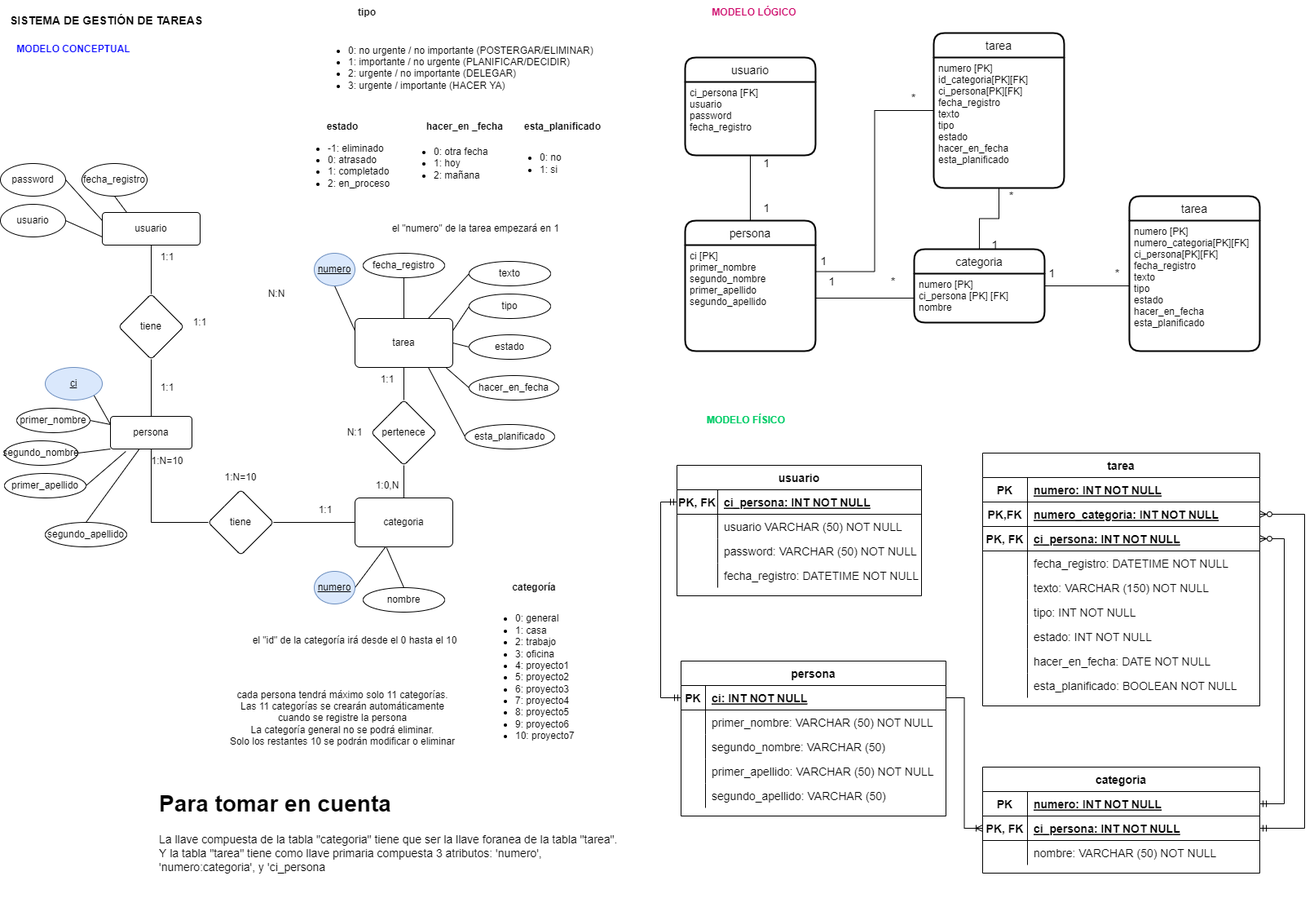
Before: modelo_logico_y_fisico.png, a diagram exported from draw.io (German-G-M/gestion_de_tareas). Source tidied: cells renumbered, new cells last; positions are measured from the earlier drawing's top-left corner, leaving out a move shared by most shapes.
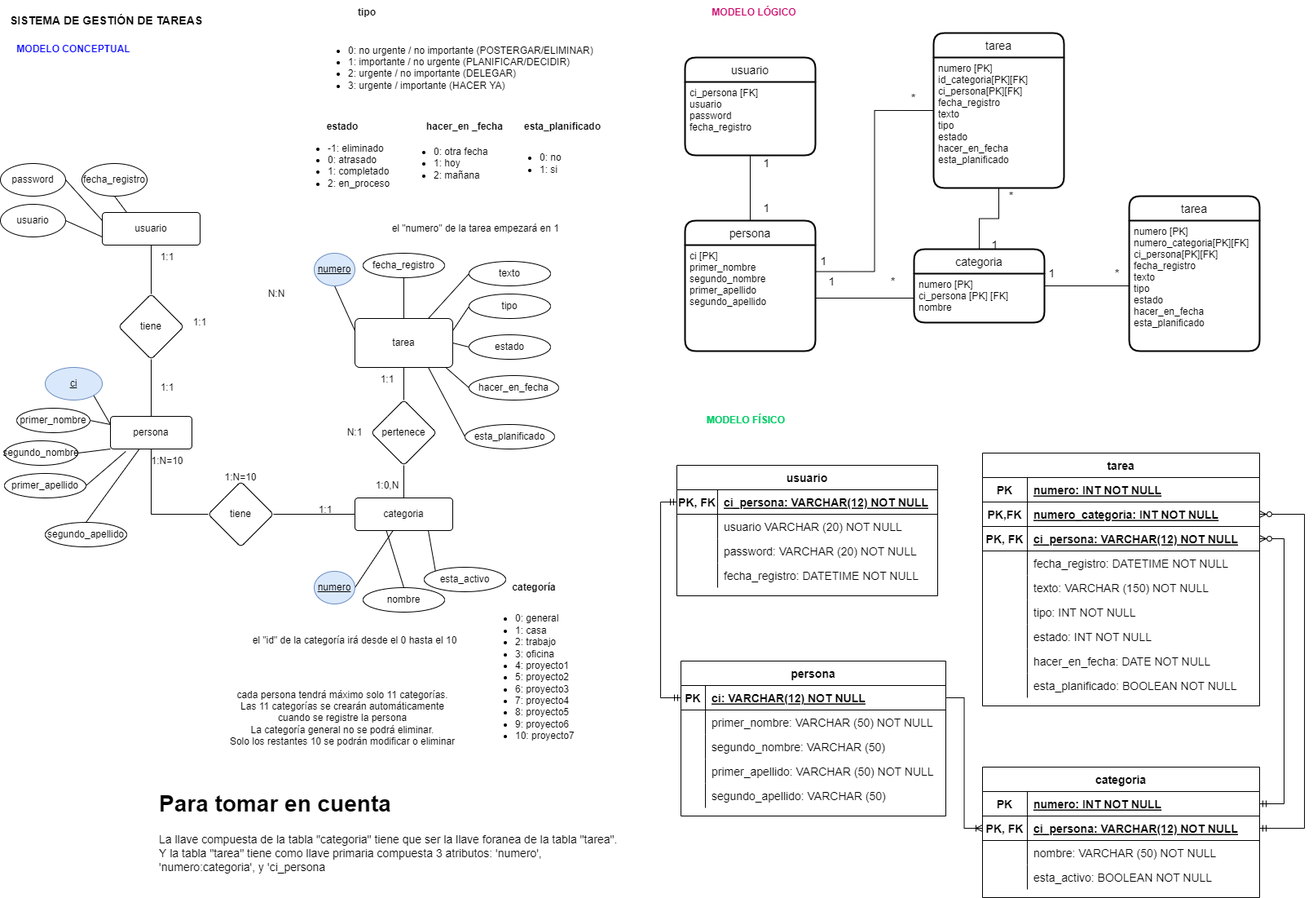
Later version of the same file.

What changed in the source:
```diff
@@ -18,7 +18,7 @@
       <mxGeometry relative="1" as="geometry" />
     </mxCell>
     <mxCell id="7" value="tiene" style="rhombus;whiteSpace=wrap;html=1;rounded=1;arcSize=10;" parent="1" vertex="1">
-      <mxGeometry x="255" y="600" width="80" height="80" as="geometry" />
+      <mxGeometry x="255" y="590" width="80" height="80" as="geometry" />
     </mxCell>
     <mxCell id="8" style="edgeStyle=orthogonalEdgeStyle;rounded=0;jettySize=auto;html=1;endArrow=none;endFill=0;" parent="1" edge="1" source="9" target="11">
       <mxGeometry relative="1" as="geometry" />
@@ -32,8 +32,11 @@
     <mxCell id="11" value="pertenece" style="rhombus;whiteSpace=wrap;html=1;rounded=1;arcSize=10;" parent="1" vertex="1">
       <mxGeometry x="455" y="490" width="80" height="80" as="geometry" />
     </mxCell>
+    <mxCell id="173" style="rounded=0;jettySize=auto;html=1;exitX=0.75;exitY=1;exitDx=0;exitDy=0;entryX=0;entryY=0;entryDx=0;entryDy=0;fontSize=14;fontColor=#00CC66;endArrow=none;endFill=0;elbow=vertical;" parent="1" edge="1" source="12" target="177">
+      <mxGeometry relative="1" as="geometry" />
+    </mxCell>
     <mxCell id="12" value="categoria" style="whiteSpace=wrap;html=1;rounded=1;arcSize=10;" parent="1" vertex="1">
-      <mxGeometry x="435" y="610" width="120" height="60" as="geometry" />
+      <mxGeometry x="435" y="610" width="120" height="40" as="geometry" />
     </mxCell>
     <mxCell id="13" style="rounded=0;jettySize=auto;html=1;exitX=1;exitY=1;exitDx=0;exitDy=0;entryX=0;entryY=0.25;entryDx=0;entryDy=0;endArrow=none;endFill=0;" parent="1" edge="1" source="14">
       <mxGeometry relative="1" as="geometry">
@@ -316,7 +319,7 @@
     <mxCell id="103" value="PK" style="shape=partialRectangle;fillColor=none;top=0;left=0;bottom=0;right=0;fontStyle=1;overflow=hidden;fontSize=14;" parent="102" vertex="1">
       <mxGeometry width="30" height="30" as="geometry" />
     </mxCell>
-    <mxCell id="104" value="ci: INT NOT NULL" style="shape=partialRectangle;fillColor=none;top=0;left=0;bottom=0;right=0;align=left;spacingLeft=6;fontStyle=5;overflow=hidden;fontSize=14;" parent="102" vertex="1">
+    <mxCell id="104" value="ci: VARCHAR(12) NOT NULL" style="shape=partialRectangle;fillColor=none;top=0;left=0;bottom=0;right=0;align=left;spacingLeft=6;fontStyle=5;overflow=hidden;fontSize=14;" parent="102" vertex="1">
       <mxGeometry x="30" width="295" height="30" as="geometry" />
     </mxCell>
     <mxCell id="105" style="shape=tableRow;horizontal=0;startSize=0;swimlaneHead=0;swimlaneBody=0;fillColor=none;top=0;left=0;right=0;bottom=0;fontSize=14;" parent="101" vertex="1">
@@ -356,43 +359,43 @@
       <mxGeometry x="30" width="295" height="30" as="geometry" />
     </mxCell>
     <mxCell id="117" value="usuario" style="shape=table;startSize=30;rowLines=0;fontStyle=1;align=center;fontSize=14;" parent="1" vertex="1">
-      <mxGeometry x="830" y="570" width="300" height="160" as="geometry" />
+      <mxGeometry x="830" y="570" width="320" height="160" as="geometry" />
     </mxCell>
     <mxCell id="118" style="shape=tableRow;horizontal=0;startSize=0;swimlaneHead=0;swimlaneBody=0;fillColor=none;points=[[0,0.5],[1,0.5]];portConstraint=eastwest;top=0;left=0;right=0;bottom=1;fontSize=14;" parent="117" vertex="1">
-      <mxGeometry y="30" width="300" height="30" as="geometry" />
+      <mxGeometry y="30" width="320" height="30" as="geometry" />
     </mxCell>
     <mxCell id="119" value="PK, FK" style="shape=partialRectangle;fillColor=none;top=0;left=0;bottom=0;right=0;fontStyle=1;overflow=hidden;fontSize=14;" parent="118" vertex="1">
       <mxGeometry width="50" height="30" as="geometry" />
     </mxCell>
-    <mxCell id="120" value="ci_persona: INT NOT NULL" style="shape=partialRectangle;fillColor=none;top=0;left=0;bottom=0;right=0;align=left;spacingLeft=6;fontStyle=5;overflow=hidden;fontSize=14;" parent="118" vertex="1">
-      <mxGeometry x="50" width="250" height="30" as="geometry" />
+    <mxCell id="120" value="ci_persona: VARCHAR(12) NOT NULL" style="shape=partialRectangle;fillColor=none;top=0;left=0;bottom=0;right=0;align=left;spacingLeft=6;fontStyle=5;overflow=hidden;fontSize=14;" parent="118" vertex="1">
+      <mxGeometry x="50" width="270" height="30" as="geometry" />
     </mxCell>
     <mxCell id="121" style="shape=tableRow;horizontal=0;startSize=0;swimlaneHead=0;swimlaneBody=0;fillColor=none;top=0;left=0;right=0;bottom=0;fontSize=14;" parent="117" vertex="1">
-      <mxGeometry y="60" width="300" height="30" as="geometry" />
+      <mxGeometry y="60" width="320" height="30" as="geometry" />
     </mxCell>
     <mxCell id="122" style="shape=partialRectangle;fillColor=none;top=0;left=0;bottom=0;right=0;overflow=hidden;fontSize=14;" parent="121" vertex="1">
       <mxGeometry width="50" height="30" as="geometry" />
     </mxCell>
-    <mxCell id="123" value="usuario VARCHAR (50) NOT NULL" style="shape=partialRectangle;fillColor=none;top=0;left=0;bottom=0;right=0;align=left;spacingLeft=6;overflow=hidden;fontSize=14;" parent="121" vertex="1">
-      <mxGeometry x="50" width="250" height="30" as="geometry" />
+    <mxCell id="123" value="usuario VARCHAR (20) NOT NULL" style="shape=partialRectangle;fillColor=none;top=0;left=0;bottom=0;right=0;align=left;spacingLeft=6;overflow=hidden;fontSize=14;" parent="121" vertex="1">
+      <mxGeometry x="50" width="270" height="30" as="geometry" />
     </mxCell>
     <mxCell id="124" style="shape=tableRow;horizontal=0;startSize=0;swimlaneHead=0;swimlaneBody=0;fillColor=none;top=0;left=0;right=0;bottom=0;fontSize=14;" parent="117" vertex="1">
-      <mxGeometry y="90" width="300" height="30" as="geometry" />
+      <mxGeometry y="90" width="320" height="30" as="geometry" />
     </mxCell>
     <mxCell id="125" style="shape=partialRectangle;fillColor=none;top=0;left=0;bottom=0;right=0;overflow=hidden;fontSize=14;" parent="124" vertex="1">
       <mxGeometry width="50" height="30" as="geometry" />
     </mxCell>
-    <mxCell id="126" value="password: VARCHAR (50) NOT NULL" style="shape=partialRectangle;fillColor=none;top=0;left=0;bottom=0;right=0;align=left;spacingLeft=6;overflow=hidden;fontSize=14;" parent="124" vertex="1">
-      <mxGeometry x="50" width="250" height="30" as="geometry" />
+    <mxCell id="126" value="password: VARCHAR (20) NOT NULL" style="shape=partialRectangle;fillColor=none;top=0;left=0;bottom=0;right=0;align=left;spacingLeft=6;overflow=hidden;fontSize=14;" parent="124" vertex="1">
+      <mxGeometry x="50" width="270" height="30" as="geometry" />
     </mxCell>
     <mxCell id="127" style="shape=tableRow;horizontal=0;startSize=0;swimlaneHead=0;swimlaneBody=0;fillColor=none;top=0;left=0;right=0;bottom=0;fontSize=14;" parent="117" vertex="1">
-      <mxGeometry y="120" width="300" height="30" as="geometry" />
+      <mxGeometry y="120" width="320" height="30" as="geometry" />
     </mxCell>
     <mxCell id="128" style="shape=partialRectangle;fillColor=none;top=0;left=0;bottom=0;right=0;overflow=hidden;fontSize=14;" parent="127" vertex="1">
       <mxGeometry width="50" height="30" as="geometry" />
     </mxCell>
     <mxCell id="129" value="fecha_registro: DATETIME NOT NULL" style="shape=partialRectangle;fillColor=none;top=0;left=0;bottom=0;right=0;align=left;spacingLeft=6;overflow=hidden;fontSize=14;" parent="127" vertex="1">
-      <mxGeometry x="50" width="250" height="30" as="geometry" />
+      <mxGeometry x="50" width="270" height="30" as="geometry" />
     </mxCell>
     <mxCell id="130" style="edgeStyle=orthogonalEdgeStyle;fontSize=12;html=1;endArrow=ERmandOne;startArrow=ERmandOne;rounded=0;entryX=0;entryY=0.5;entryDx=0;entryDy=0;exitX=0;exitY=0.5;exitDx=0;exitDy=0;" parent="1" edge="1" source="102" target="118">
       <mxGeometry relative="1" as="geometry">
@@ -403,7 +406,7 @@
       </mxGeometry>
     </mxCell>
     <mxCell id="131" value="categoria" style="shape=table;startSize=30;rowLines=0;fontStyle=1;align=center;fontSize=14;" parent="1" vertex="1">
-      <mxGeometry x="1205" y="940" width="340" height="130" as="geometry" />
+      <mxGeometry x="1205" y="940" width="340" height="160" as="geometry" />
     </mxCell>
     <mxCell id="132" style="shape=tableRow;horizontal=0;startSize=0;swimlaneHead=0;swimlaneBody=0;fillColor=none;points=[[0,0.5],[1,0.5]];portConstraint=eastwest;top=0;left=0;right=0;bottom=1;fontSize=14;" parent="131" vertex="1">
       <mxGeometry y="30" width="340" height="30" as="geometry" />
@@ -420,7 +423,7 @@
     <mxCell id="136" value="PK, FK" style="shape=partialRectangle;fillColor=none;top=0;left=0;bottom=0;right=0;fontStyle=1;overflow=hidden;fontSize=14;" parent="135" vertex="1">
       <mxGeometry width="55" height="30" as="geometry" />
     </mxCell>
-    <mxCell id="137" value="ci_persona: INT NOT NULL" style="shape=partialRectangle;fillColor=none;top=0;left=0;bottom=0;right=0;align=left;spacingLeft=6;fontStyle=5;overflow=hidden;fontSize=14;" parent="135" vertex="1">
+    <mxCell id="137" value="ci_persona: VARCHAR(12) NOT NULL" style="shape=partialRectangle;fillColor=none;top=0;left=0;bottom=0;right=0;align=left;spacingLeft=6;fontStyle=5;overflow=hidden;fontSize=14;" parent="135" vertex="1">
       <mxGeometry x="55" width="285" height="30" as="geometry" />
     </mxCell>
     <mxCell id="138" style="shape=tableRow;horizontal=0;startSize=0;swimlaneHead=0;swimlaneBody=0;fillColor=none;top=0;left=0;right=0;bottom=0;fontSize=14;" parent="131" vertex="1">
@@ -432,6 +435,15 @@
     <mxCell id="140" value="nombre: VARCHAR (50) NOT NULL" style="shape=partialRectangle;fillColor=none;top=0;left=0;bottom=0;right=0;align=left;spacingLeft=6;overflow=hidden;fontSize=14;" parent="138" vertex="1">
       <mxGeometry x="55" width="285" height="30" as="geometry" />
     </mxCell>
+    <mxCell id="174" style="shape=tableRow;horizontal=0;startSize=0;swimlaneHead=0;swimlaneBody=0;fillColor=none;top=0;left=0;right=0;bottom=0;fontSize=14;" parent="131" vertex="1">
+      <mxGeometry y="120" width="340" height="30" as="geometry" />
+    </mxCell>
+    <mxCell id="175" style="shape=partialRectangle;fillColor=none;top=0;left=0;bottom=0;right=0;overflow=hidden;fontSize=14;" parent="174" vertex="1">
+      <mxGeometry width="55" height="30" as="geometry" />
+    </mxCell>
+    <mxCell id="176" value="esta_activo: BOOLEAN NOT NULL" style="shape=partialRectangle;fillColor=none;top=0;left=0;bottom=0;right=0;align=left;spacingLeft=6;overflow=hidden;fontSize=14;" parent="174" vertex="1">
+      <mxGeometry x="55" width="285" height="30" as="geometry" />
+    </mxCell>
     <mxCell id="141" style="edgeStyle=orthogonalEdgeStyle;fontSize=12;html=1;endArrow=ERoneToMany;rounded=0;exitX=1;exitY=0.5;exitDx=0;exitDy=0;entryX=0;entryY=0.5;entryDx=0;entryDy=0;" parent="1" edge="1" source="102" target="135">
       <mxGeometry relative="1" as="geometry" />
     </mxCell>
@@ -462,7 +474,7 @@
     <mxCell id="150" value="PK, FK" style="shape=partialRectangle;fillColor=none;top=0;left=0;bottom=0;right=0;fontStyle=1;overflow=hidden;fontSize=14;" parent="149" vertex="1">
       <mxGeometry width="55" height="30" as="geometry" />
     </mxCell>
-    <mxCell id="151" value="ci_persona: INT NOT NULL" style="shape=partialRectangle;fillColor=none;top=0;left=0;bottom=0;right=0;align=left;spacingLeft=6;fontStyle=5;overflow=hidden;fontSize=14;" parent="149" vertex="1">
+    <mxCell id="151" value="ci_persona: VARCHAR(12) NOT NULL" style="shape=partialRectangle;fillColor=none;top=0;left=0;bottom=0;right=0;align=left;spacingLeft=6;fontStyle=5;overflow=hidden;fontSize=14;" parent="149" vertex="1">
       <mxGeometry x="55" width="285" height="30" as="geometry" />
     </mxCell>
     <mxCell id="152" style="shape=tableRow;horizontal=0;startSize=0;swimlaneHead=0;swimlaneBody=0;fillColor=none;top=0;left=0;right=0;bottom=0;fontSize=14;" parent="142" vertex="1">
@@ -533,5 +545,8 @@
     <mxCell id="172" value="&lt;h1&gt;Para tomar en cuenta&lt;/h1&gt;&lt;div&gt;La llave compuesta de la tabla &quot;categoria&quot; tiene que ser la llave foranea de la tabla &quot;tarea&quot;.&lt;/div&gt;&lt;div&gt;Y la tabla &quot;tarea&quot; tiene como llave primaria compuesta 3 atributos: 'numero', 'numero:categoria', y 'ci_persona&lt;/div&gt;" style="text;html=1;strokeColor=none;fillColor=none;spacing=5;spacingTop=-20;whiteSpace=wrap;overflow=hidden;rounded=0;fontSize=14;" parent="1" vertex="1">
       <mxGeometry x="190" y="960" width="580" height="140" as="geometry" />
     </mxCell>
+    <mxCell id="177" value="esta_activo" style="ellipse;whiteSpace=wrap;html=1;align=center;" parent="1" vertex="1">
+      <mxGeometry x="520" y="695" width="100" height="30" as="geometry" />
+    </mxCell>
   </root>
 </mxGraphModel>
```
